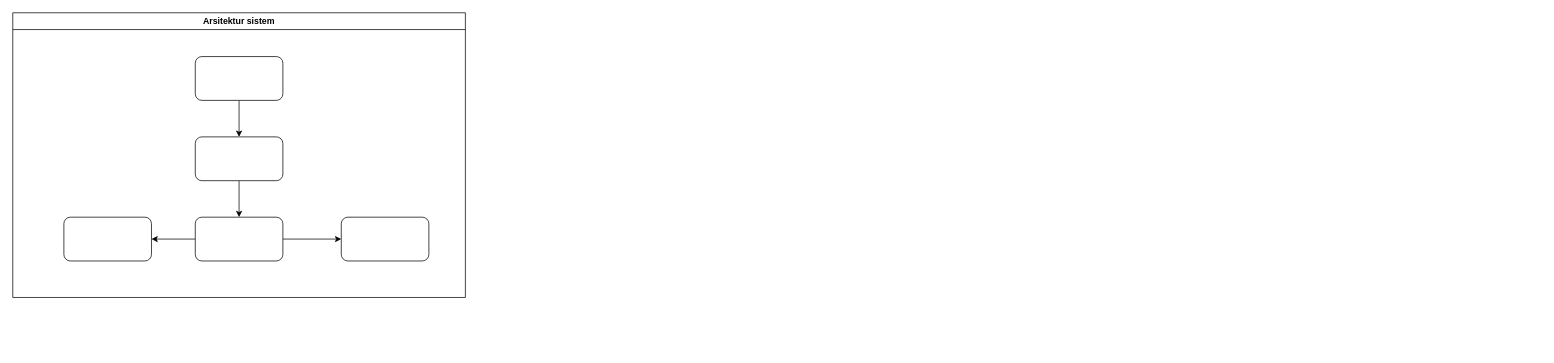
This is Da2.drawio from faisalekasyahputra/faisalekasyahputra, a draw.io file, before an edit. Source tidied: cells renumbered, new cells numbered last; positions are measured from the earlier drawing's top-left corner, leaving out a move shared by most shapes. Both pictures are drawn from the tidied source at 73%, with x=0, y=0 at pixel (12, 12).
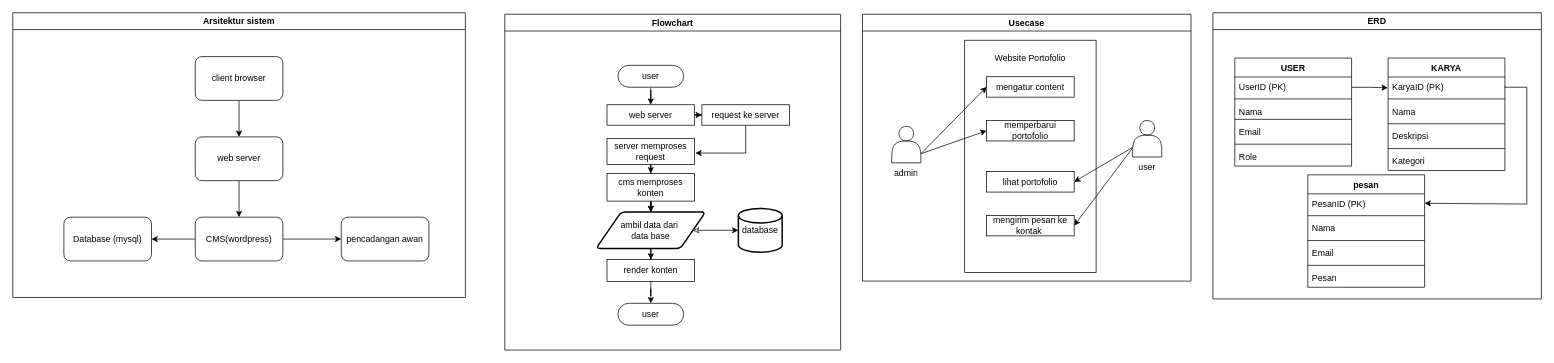
The same page after the edit.

Unchanged cells that the change refers to:
```xml
<mxCell id="2" value="Arsitektur sistem" style="swimlane;whiteSpace=wrap;html=1;" parent="1" vertex="1">
  <mxGeometry width="620" height="390" as="geometry" />
</mxCell>
```

The edit, as a diff of the source:
```diff
@@
-    <mxCell id="4" style="rounded=1;whiteSpace=wrap;html=1;" parent="2" vertex="1">
+    <mxCell id="4" value="client browser" style="rounded=1;whiteSpace=wrap;html=1;" parent="2" vertex="1">
       <mxGeometry x="250" y="60" width="120" height="60" as="geometry" />
     </mxCell>
@@
-    <mxCell id="6" style="whiteSpace=wrap;html=1;rounded=1;" parent="2" vertex="1">
+    <mxCell id="6" value="web server" style="whiteSpace=wrap;html=1;rounded=1;" parent="2" vertex="1">
       <mxGeometry x="250" y="170" width="120" height="60" as="geometry" />
     </mxCell>
@@
-    <mxCell id="9" style="whiteSpace=wrap;html=1;rounded=1;" parent="2" vertex="1">
+    <mxCell id="9" value="CMS(wordpress)" style="whiteSpace=wrap;html=1;rounded=1;" parent="2" vertex="1">
       <mxGeometry x="250" y="280" width="120" height="60" as="geometry" />
     </mxCell>
-    <mxCell id="10" style="whiteSpace=wrap;html=1;rounded=1;" parent="2" vertex="1">
+    <mxCell id="10" value="Database (mysql)" style="whiteSpace=wrap;html=1;rounded=1;" parent="2" vertex="1">
       <mxGeometry x="70" y="280" width="120" height="60" as="geometry" />
     </mxCell>
-    <mxCell id="11" style="whiteSpace=wrap;html=1;rounded=1;" parent="2" vertex="1">
+    <mxCell id="11" value="pencadangan awan" style="whiteSpace=wrap;html=1;rounded=1;" parent="2" vertex="1">
       <mxGeometry x="450" y="280" width="120" height="60" as="geometry" />
     </mxCell>
+    <mxCell id="12" value="Flowchart" style="swimlane;whiteSpace=wrap;html=1;" parent="1" vertex="1">
+      <mxGeometry x="674" y="2" width="460" height="460" as="geometry" />
+    </mxCell>
+    <mxCell id="13" style="edgeStyle=orthogonalEdgeStyle;rounded=0;jettySize=auto;html=1;" parent="12" edge="1" source="14" target="16">
+      <mxGeometry relative="1" as="geometry" />
+    </mxCell>
+    <mxCell id="14" value="user" style="rounded=1;whiteSpace=wrap;html=1;arcSize=50;" parent="12" vertex="1">
+      <mxGeometry x="155" y="70" width="90" height="30" as="geometry" />
+    </mxCell>
+    <mxCell id="15" style="edgeStyle=orthogonalEdgeStyle;rounded=0;jettySize=auto;html=1;" parent="12" edge="1" source="16" target="18">
+      <mxGeometry relative="1" as="geometry" />
+    </mxCell>
+    <mxCell id="16" value="web server" style="whiteSpace=wrap;html=1;rounded=1;arcSize=0;" parent="12" vertex="1">
+      <mxGeometry x="140" y="124" width="120" height="28" as="geometry" />
+    </mxCell>
+    <mxCell id="17" style="edgeStyle=orthogonalEdgeStyle;rounded=0;jettySize=auto;html=1;entryX=1.008;entryY=0.56;entryDx=0;entryDy=0;entryPerimeter=0;" parent="12" edge="1" source="18" target="20">
+      <mxGeometry relative="1" as="geometry">
+        <Array as="points">
+          <mxPoint x="330" y="190" />
+          <mxPoint x="261" y="190" />
+        </Array>
+      </mxGeometry>
+    </mxCell>
+    <mxCell id="18" value="request ke server" style="whiteSpace=wrap;html=1;rounded=1;arcSize=0;" parent="12" vertex="1">
+      <mxGeometry x="270" y="124" width="120" height="28" as="geometry" />
+    </mxCell>
+    <mxCell id="19" style="edgeStyle=orthogonalEdgeStyle;rounded=0;jettySize=auto;html=1;" parent="12" edge="1" source="20" target="23">
+      <mxGeometry relative="1" as="geometry" />
+    </mxCell>
+    <mxCell id="20" value="server memproses request" style="whiteSpace=wrap;html=1;rounded=1;arcSize=0;" parent="12" vertex="1">
+      <mxGeometry x="140" y="170" width="120" height="36" as="geometry" />
+    </mxCell>
+    <mxCell id="21" style="edgeStyle=orthogonalEdgeStyle;rounded=0;jettySize=auto;html=1;" parent="12" edge="1" source="23" target="25">
+      <mxGeometry relative="1" as="geometry" />
+    </mxCell>
+    <mxCell id="22" style="edgeStyle=orthogonalEdgeStyle;rounded=0;jettySize=auto;html=1;" parent="12" edge="1" source="23" target="25">
+      <mxGeometry relative="1" as="geometry" />
+    </mxCell>
+    <mxCell id="23" value="cms memproses konten" style="whiteSpace=wrap;html=1;rounded=1;arcSize=0;" parent="12" vertex="1">
+      <mxGeometry x="140" y="218" width="120" height="38" as="geometry" />
+    </mxCell>
+    <mxCell id="24" style="edgeStyle=orthogonalEdgeStyle;rounded=0;jettySize=auto;html=1;" parent="12" edge="1" source="25" target="28">
+      <mxGeometry relative="1" as="geometry" />
+    </mxCell>
+    <mxCell id="25" value="ambil data dari&amp;nbsp;&lt;div&gt;data base&lt;/div&gt;" style="whiteSpace=wrap;html=1;rounded=1;shape=parallelogram;strokeWidth=2;perimeter=parallelogramPerimeter;arcSize=12;size=0.23;" parent="12" vertex="1">
+      <mxGeometry x="125" y="271" width="150" height="50" as="geometry" />
+    </mxCell>
+    <mxCell id="26" value="user" style="rounded=1;whiteSpace=wrap;html=1;arcSize=50;" parent="12" vertex="1">
+      <mxGeometry x="155" y="396" width="90" height="30" as="geometry" />
+    </mxCell>
+    <mxCell id="27" style="edgeStyle=orthogonalEdgeStyle;rounded=0;jettySize=auto;html=1;" parent="12" edge="1" source="28" target="26">
+      <mxGeometry relative="1" as="geometry" />
+    </mxCell>
+    <mxCell id="28" value="render konten" style="whiteSpace=wrap;html=1;rounded=1;arcSize=0;" parent="12" vertex="1">
+      <mxGeometry x="140" y="336" width="120" height="30" as="geometry" />
+    </mxCell>
+    <mxCell id="29" value="database" style="strokeWidth=2;html=1;shape=mxgraph.flowchart.database;whiteSpace=wrap;" parent="12" vertex="1">
+      <mxGeometry x="320" y="266" width="60" height="60" as="geometry" />
+    </mxCell>
+    <mxCell id="30" style="edgeStyle=orthogonalEdgeStyle;rounded=0;jettySize=auto;html=1;entryX=0;entryY=0.5;entryDx=0;entryDy=0;entryPerimeter=0;startArrow=classic;startFill=0;" parent="12" edge="1" source="25" target="29">
+      <mxGeometry relative="1" as="geometry" />
+    </mxCell>
+    <mxCell id="31" value="Usecase" style="swimlane;whiteSpace=wrap;html=1;startSize=23;" parent="1" vertex="1">
+      <mxGeometry x="1164" y="2" width="450" height="365.6" as="geometry" />
+    </mxCell>
+    <mxCell id="32" style="rounded=0;whiteSpace=wrap;html=1;fillColor=none;" parent="31" vertex="1">
+      <mxGeometry x="140" y="35.6" width="180" height="318" as="geometry" />
+    </mxCell>
+    <mxCell id="33" value="mengatur content" style="whiteSpace=wrap;html=1;rounded=1;arcSize=0;" parent="31" vertex="1">
+      <mxGeometry x="170" y="85.6" width="120" height="28" as="geometry" />
+    </mxCell>
+    <mxCell id="34" style="rounded=0;jettySize=auto;html=1;entryX=0;entryY=0.5;entryDx=0;entryDy=0;exitX=1;exitY=0.75;exitDx=0;exitDy=0;" parent="31" edge="1" source="36" target="33">
+      <mxGeometry relative="1" as="geometry" />
+    </mxCell>
+    <mxCell id="35" style="rounded=0;jettySize=auto;html=1;entryX=0;entryY=0.5;entryDx=0;entryDy=0;exitX=1;exitY=0.75;exitDx=0;exitDy=0;" parent="31" edge="1" source="36" target="41">
+      <mxGeometry relative="1" as="geometry" />
+    </mxCell>
+    <mxCell id="36" style="shape=actor;whiteSpace=wrap;html=1;" parent="31" vertex="1">
+      <mxGeometry x="40" y="153.6" width="40" height="50" as="geometry" />
+    </mxCell>
+    <mxCell id="37" style="rounded=0;jettySize=auto;html=1;entryX=1;entryY=0.5;entryDx=0;entryDy=0;" parent="31" edge="1" source="39" target="42">
+      <mxGeometry relative="1" as="geometry" />
+    </mxCell>
+    <mxCell id="38" style="rounded=0;jettySize=auto;html=1;entryX=1;entryY=0.5;entryDx=0;entryDy=0;exitX=0;exitY=0.75;exitDx=0;exitDy=0;" parent="31" edge="1" source="39" target="43">
+      <mxGeometry relative="1" as="geometry" />
+    </mxCell>
+    <mxCell id="39" style="shape=actor;whiteSpace=wrap;html=1;" parent="31" vertex="1">
+      <mxGeometry x="370" y="145.6" width="40" height="50" as="geometry" />
+    </mxCell>
+    <mxCell id="40" value="Website Portofolio" style="text;strokeColor=none;fillColor=none;spacingLeft=4;spacingRight=4;overflow=hidden;fontSize=12;whiteSpace=wrap;html=1;align=center;" parent="31" vertex="1">
+      <mxGeometry x="165" y="45.6" width="130" height="30" as="geometry" />
+    </mxCell>
+    <mxCell id="41" value="memperbarui portofolio" style="whiteSpace=wrap;html=1;rounded=1;arcSize=0;" parent="31" vertex="1">
+      <mxGeometry x="170" y="145.6" width="120" height="28" as="geometry" />
+    </mxCell>
+    <mxCell id="42" value="lihat portofolio" style="whiteSpace=wrap;html=1;rounded=1;arcSize=0;" parent="31" vertex="1">
+      <mxGeometry x="170" y="215.6" width="120" height="28" as="geometry" />
+    </mxCell>
+    <mxCell id="43" value="mengirim pesan ke kontak&amp;nbsp;" style="whiteSpace=wrap;html=1;rounded=1;arcSize=0;" parent="31" vertex="1">
+      <mxGeometry x="170" y="275.6" width="120" height="28" as="geometry" />
+    </mxCell>
+    <mxCell id="44" value="admin" style="text;strokeColor=none;fillColor=none;spacingLeft=4;spacingRight=4;overflow=hidden;fontSize=12;whiteSpace=wrap;html=1;align=center;" parent="31" vertex="1">
+      <mxGeometry x="20" y="203.6" width="80" height="30" as="geometry" />
+    </mxCell>
+    <mxCell id="45" value="user" style="text;strokeColor=none;fillColor=none;spacingLeft=4;spacingRight=4;overflow=hidden;fontSize=12;whiteSpace=wrap;html=1;align=center;" parent="31" vertex="1">
+      <mxGeometry x="350" y="195.6" width="80" height="30" as="geometry" />
+    </mxCell>
+    <mxCell id="46" value="ERD" style="swimlane;whiteSpace=wrap;html=1;startSize=23;" parent="1" vertex="1">
+      <mxGeometry x="1644" width="450" height="392" as="geometry" />
+    </mxCell>
+    <mxCell id="47" style="edgeStyle=orthogonalEdgeStyle;rounded=0;jettySize=auto;html=1;exitX=1;exitY=0.5;exitDx=0;exitDy=0;entryX=1;entryY=0.5;entryDx=0;entryDy=0;" parent="46" edge="1" source="49" target="57">
+      <mxGeometry relative="1" as="geometry">
+        <Array as="points">
+          <mxPoint x="430" y="102" />
+          <mxPoint x="430" y="262" />
+          <mxPoint x="290" y="262" />
+        </Array>
+      </mxGeometry>
+    </mxCell>
+    <mxCell id="48" value="KARYA" style="swimlane;fontStyle=1;align=center;verticalAlign=top;horizontal=1;startSize=26;whiteSpace=wrap;html=1;" parent="46" vertex="1">
+      <mxGeometry x="240" y="62" width="160" height="154" as="geometry" />
+    </mxCell>
+    <mxCell id="49" value="KaryaID (PK)" style="text;strokeColor=none;fillColor=none;align=left;verticalAlign=top;spacingLeft=4;spacingRight=4;overflow=hidden;points=[[0,0.5],[1,0.5]];portConstraint=eastwest;whiteSpace=wrap;html=1;" parent="48" vertex="1">
+      <mxGeometry y="26" width="160" height="26" as="geometry" />
+    </mxCell>
+    <mxCell id="50" style="line;strokeWidth=1;fillColor=none;align=left;verticalAlign=middle;spacingTop=-1;spacingLeft=3;spacingRight=3;labelPosition=right;strokeColor=inherit;" parent="48" vertex="1">
+      <mxGeometry y="52" width="160" height="8" as="geometry" />
+    </mxCell>
+    <mxCell id="51" value="Nama" style="text;strokeColor=none;fillColor=none;align=left;verticalAlign=top;spacingLeft=4;spacingRight=4;overflow=hidden;whiteSpace=wrap;html=1;" parent="48" vertex="1">
+      <mxGeometry y="60" width="160" height="26" as="geometry" />
+    </mxCell>
+    <mxCell id="52" style="line;strokeWidth=1;fillColor=none;align=left;verticalAlign=middle;spacingTop=-1;spacingLeft=3;spacingRight=3;labelPosition=right;strokeColor=inherit;" parent="48" vertex="1">
+      <mxGeometry y="86" width="160" height="8" as="geometry" />
+    </mxCell>
+    <mxCell id="53" value="Deskripsi" style="text;strokeColor=none;fillColor=none;align=left;verticalAlign=top;spacingLeft=4;spacingRight=4;overflow=hidden;whiteSpace=wrap;html=1;" parent="48" vertex="1">
+      <mxGeometry y="94" width="160" height="26" as="geometry" />
+    </mxCell>
+    <mxCell id="54" style="line;strokeWidth=1;fillColor=none;align=left;verticalAlign=middle;spacingTop=-1;spacingLeft=3;spacingRight=3;labelPosition=right;strokeColor=inherit;" parent="48" vertex="1">
+      <mxGeometry y="120" width="160" height="8" as="geometry" />
+    </mxCell>
+    <mxCell id="55" value="Kategori" style="text;strokeColor=none;fillColor=none;align=left;verticalAlign=top;spacingLeft=4;spacingRight=4;overflow=hidden;whiteSpace=wrap;html=1;" parent="48" vertex="1">
+      <mxGeometry y="128" width="160" height="26" as="geometry" />
+    </mxCell>
+    <mxCell id="56" value="pesan" style="swimlane;fontStyle=1;align=center;verticalAlign=top;horizontal=1;startSize=26;whiteSpace=wrap;html=1;" parent="46" vertex="1">
+      <mxGeometry x="130" y="222" width="160" height="154" as="geometry" />
+    </mxCell>
+    <mxCell id="57" value="PesanID (PK)" style="text;strokeColor=none;fillColor=none;align=left;verticalAlign=top;spacingLeft=4;spacingRight=4;overflow=hidden;points=[[0,0.5],[1,0.5]];portConstraint=eastwest;whiteSpace=wrap;html=1;" parent="56" vertex="1">
+      <mxGeometry y="26" width="160" height="26" as="geometry" />
+    </mxCell>
+    <mxCell id="58" style="line;strokeWidth=1;fillColor=none;align=left;verticalAlign=middle;spacingTop=-1;spacingLeft=3;spacingRight=3;labelPosition=right;strokeColor=inherit;" parent="56" vertex="1">
+      <mxGeometry y="52" width="160" height="8" as="geometry" />
+    </mxCell>
+    <mxCell id="59" value="Nama" style="text;strokeColor=none;fillColor=none;align=left;verticalAlign=top;spacingLeft=4;spacingRight=4;overflow=hidden;whiteSpace=wrap;html=1;" parent="56" vertex="1">
+      <mxGeometry y="60" width="160" height="26" as="geometry" />
+    </mxCell>
+    <mxCell id="60" style="line;strokeWidth=1;fillColor=none;align=left;verticalAlign=middle;spacingTop=-1;spacingLeft=3;spacingRight=3;labelPosition=right;strokeColor=inherit;" parent="56" vertex="1">
+      <mxGeometry y="86" width="160" height="8" as="geometry" />
+    </mxCell>
+    <mxCell id="61" value="Email" style="text;strokeColor=none;fillColor=none;align=left;verticalAlign=top;spacingLeft=4;spacingRight=4;overflow=hidden;whiteSpace=wrap;html=1;" parent="56" vertex="1">
+      <mxGeometry y="94" width="160" height="26" as="geometry" />
+    </mxCell>
+    <mxCell id="62" style="line;strokeWidth=1;fillColor=none;align=left;verticalAlign=middle;spacingTop=-1;spacingLeft=3;spacingRight=3;labelPosition=right;strokeColor=inherit;" parent="56" vertex="1">
+      <mxGeometry y="120" width="160" height="8" as="geometry" />
+    </mxCell>
+    <mxCell id="63" value="Pesan" style="text;strokeColor=none;fillColor=none;align=left;verticalAlign=top;spacingLeft=4;spacingRight=4;overflow=hidden;whiteSpace=wrap;html=1;" parent="56" vertex="1">
+      <mxGeometry y="128" width="160" height="26" as="geometry" />
+    </mxCell>
+    <mxCell id="64" value="USER" style="swimlane;fontStyle=1;align=center;verticalAlign=top;horizontal=1;startSize=26;whiteSpace=wrap;html=1;" parent="46" vertex="1">
+      <mxGeometry x="30" y="62" width="160" height="148" as="geometry" />
+    </mxCell>
+    <mxCell id="65" value="UserID (PK)" style="text;strokeColor=none;fillColor=none;align=left;verticalAlign=top;spacingLeft=4;spacingRight=4;overflow=hidden;points=[[0,0.5],[1,0.5]];portConstraint=eastwest;whiteSpace=wrap;html=1;" parent="64" vertex="1">
+      <mxGeometry y="26" width="160" height="26" as="geometry" />
+    </mxCell>
+    <mxCell id="66" style="line;strokeWidth=1;fillColor=none;align=left;verticalAlign=middle;spacingTop=-1;spacingLeft=3;spacingRight=3;labelPosition=right;strokeColor=inherit;" parent="64" vertex="1">
+      <mxGeometry y="52" width="160" height="8" as="geometry" />
+    </mxCell>
+    <mxCell id="67" value="Nama" style="text;strokeColor=none;fillColor=none;align=left;verticalAlign=top;spacingLeft=4;spacingRight=4;overflow=hidden;whiteSpace=wrap;html=1;" parent="64" vertex="1">
+      <mxGeometry y="60" width="160" height="20" as="geometry" />
+    </mxCell>
+    <mxCell id="68" style="line;strokeWidth=1;fillColor=none;align=left;verticalAlign=middle;spacingTop=-1;spacingLeft=3;spacingRight=3;labelPosition=right;strokeColor=inherit;" parent="64" vertex="1">
+      <mxGeometry y="80" width="160" height="8" as="geometry" />
+    </mxCell>
+    <mxCell id="69" value="Email" style="text;strokeColor=none;fillColor=none;align=left;verticalAlign=top;spacingLeft=4;spacingRight=4;overflow=hidden;whiteSpace=wrap;html=1;" parent="64" vertex="1">
+      <mxGeometry y="88" width="160" height="26" as="geometry" />
+    </mxCell>
+    <mxCell id="70" style="line;strokeWidth=1;fillColor=none;align=left;verticalAlign=middle;spacingTop=-1;spacingLeft=3;spacingRight=3;labelPosition=right;strokeColor=inherit;" parent="64" vertex="1">
+      <mxGeometry y="114" width="160" height="8" as="geometry" />
+    </mxCell>
+    <mxCell id="71" value="Role" style="text;strokeColor=none;fillColor=none;align=left;verticalAlign=top;spacingLeft=4;spacingRight=4;overflow=hidden;whiteSpace=wrap;html=1;" parent="64" vertex="1">
+      <mxGeometry y="122" width="160" height="26" as="geometry" />
+    </mxCell>
+    <mxCell id="72" style="edgeStyle=orthogonalEdgeStyle;rounded=0;jettySize=auto;html=1;entryX=-0.002;entryY=0.568;entryDx=0;entryDy=0;entryPerimeter=0;exitX=1.002;exitY=0.544;exitDx=0;exitDy=0;exitPerimeter=0;" parent="46" edge="1" source="65" target="49">
+      <mxGeometry relative="1" as="geometry" />
+    </mxCell>
```
